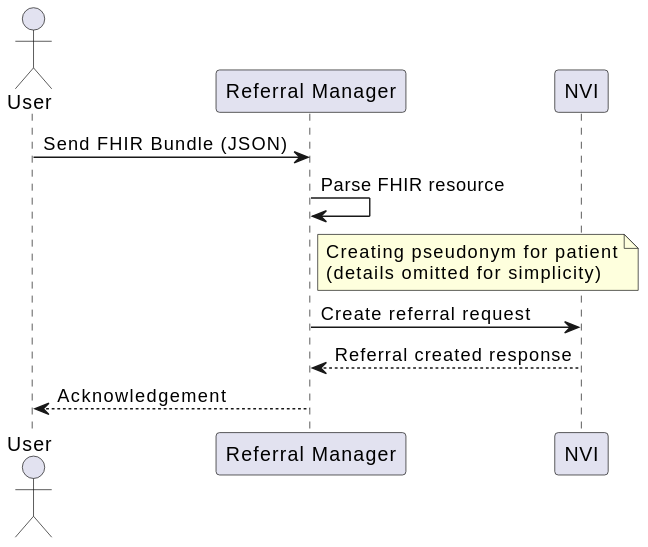
Above: docs/images/manual-registration.svg in minvws/gfmodules-nationale-verwijsindex-registratie-service (PlantUML), before the change. Its source is kept beside it as docs/puml/manual-registration.puml.
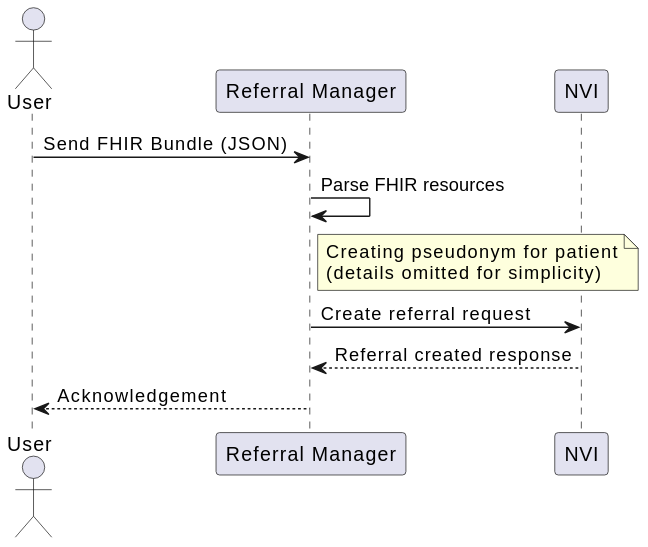
The same diagram one commit later.

What changed in the source:
```diff
@@ -4,7 +4,7 @@
 participant "NVI" as NVI
 
 User -> RM : Send FHIR Bundle (JSON)
-RM -> RM : Parse FHIR resource
+RM -> RM : Parse FHIR resources
 
 note right of RM
     Creating pseudonym for patient
```
